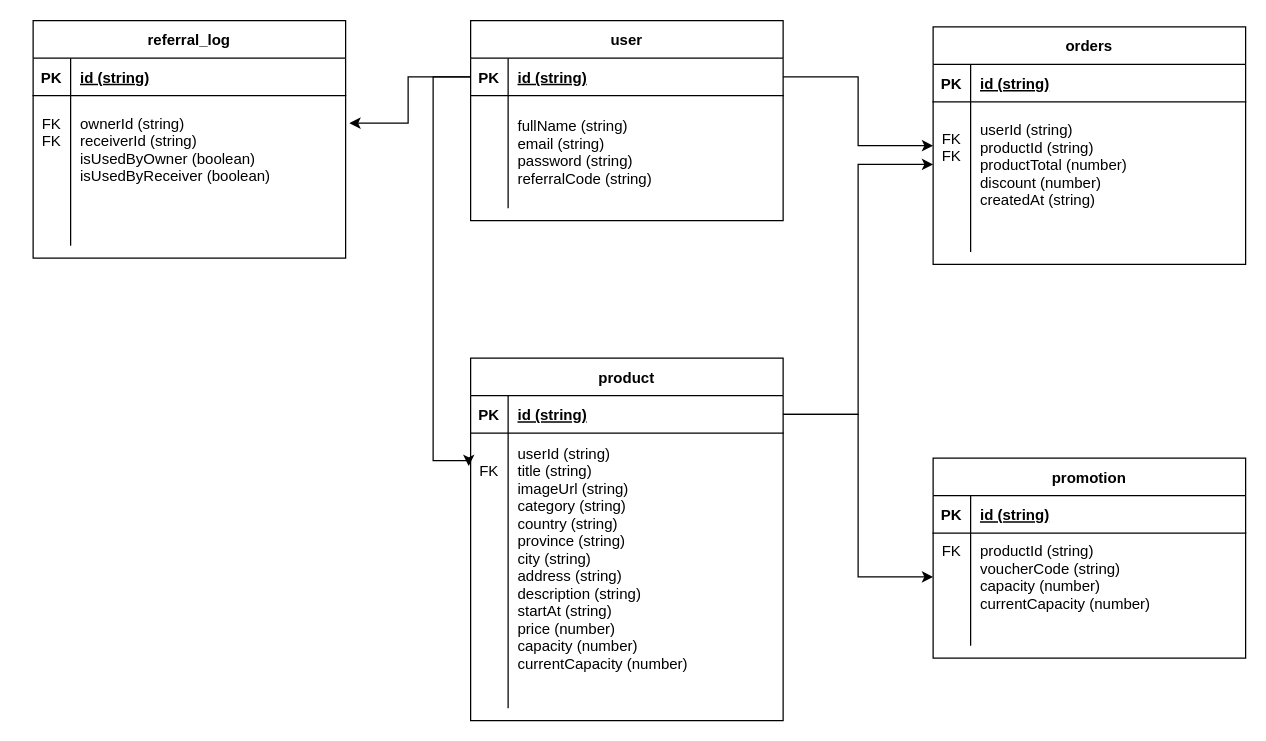
panjiarlins/events-tickets-marketplace keeps this draw.io diagram as src/utils/erd.drawio. Above is the earlier version. Source tidied: cells renumbered, new cells numbered last; positions are measured from the earlier drawing's top-left corner, leaving out a move shared by most shapes. Both pictures are drawn from the tidied source at 125%, with x=0, y=0 at pixel (32, 20).
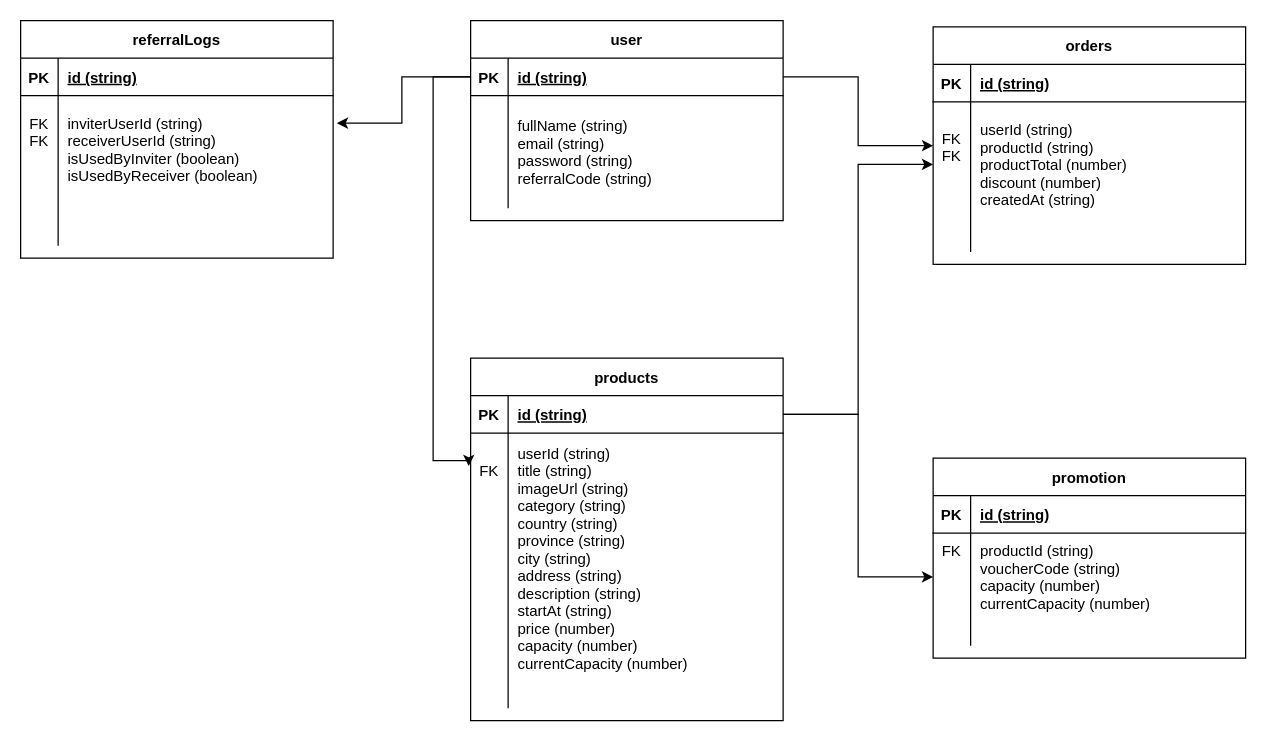
After the change.

Unchanged cells that the change refers to:
```xml
<mxCell id="46" style="shape=partialRectangle;fillColor=none;points=[[0,0.5],[1,0.5]];portConstraint=eastwest;top=0;left=0;right=0;bottom=0;" parent="42" vertex="1">
  <mxGeometry y="60" width="250" height="100" as="geometry" />
</mxCell>
```

What changed in the source:
```diff
@@
-    <mxCell id="12" value="product" style="shape=table;startSize=30;childLayout=tableLayout;rowLines=0;fontStyle=1;align=center;" parent="1" vertex="1">
+    <mxCell id="12" value="products" style="shape=table;startSize=30;childLayout=tableLayout;rowLines=0;fontStyle=1;align=center;" parent="1" vertex="1">
       <mxGeometry x="350" y="270" width="250" height="290" as="geometry" />
     </mxCell>
@@
-    <mxCell id="42" value="referral_log" style="shape=table;startSize=30;childLayout=tableLayout;rowLines=0;fontStyle=1;align=center;" parent="1" vertex="1">
-      <mxGeometry width="250" height="190" as="geometry" />
+    <mxCell id="42" value="referralLogs" style="shape=table;startSize=30;childLayout=tableLayout;rowLines=0;fontStyle=1;align=center;" parent="1" vertex="1">
+      <mxGeometry x="-10" width="250" height="190" as="geometry" />
     </mxCell>
@@
-    <mxCell id="48" value="ownerId (string)&#10;receiverId (string)&#10;isUsedByOwner (boolean)&#10;isUsedByReceiver (boolean)&#10;" style="shape=partialRectangle;overflow=hidden;fillColor=none;top=0;left=0;bottom=0;right=0;align=left;spacingLeft=6;" parent="46" vertex="1">
+    <mxCell id="48" value="inviterUserId (string)&#10;receiverUserId (string)&#10;isUsedByInviter (boolean)&#10;isUsedByReceiver (boolean)&#10;" style="shape=partialRectangle;overflow=hidden;fillColor=none;top=0;left=0;bottom=0;right=0;align=left;spacingLeft=6;" parent="46" vertex="1">
       <mxGeometry x="30" width="220" height="100" as="geometry" />
     </mxCell>
```
